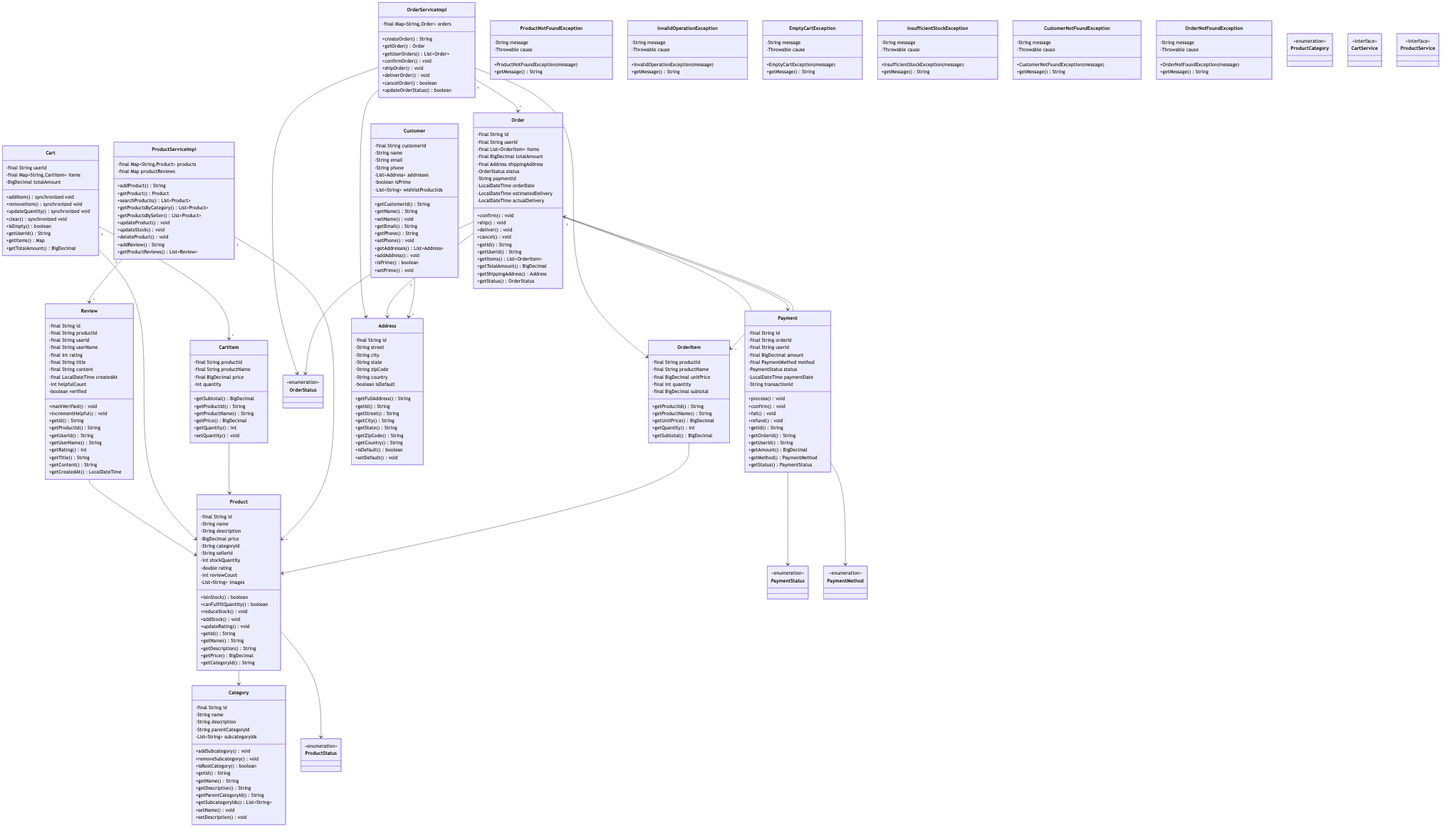
dlkr18/lld-playbook keeps this Mermaid diagram as docs/problems/amazon/diagrams/class-diagram.png. Above is the earlier version. Its source is kept beside it as docs/problems/amazon/diagrams/class-diagram.mmd.
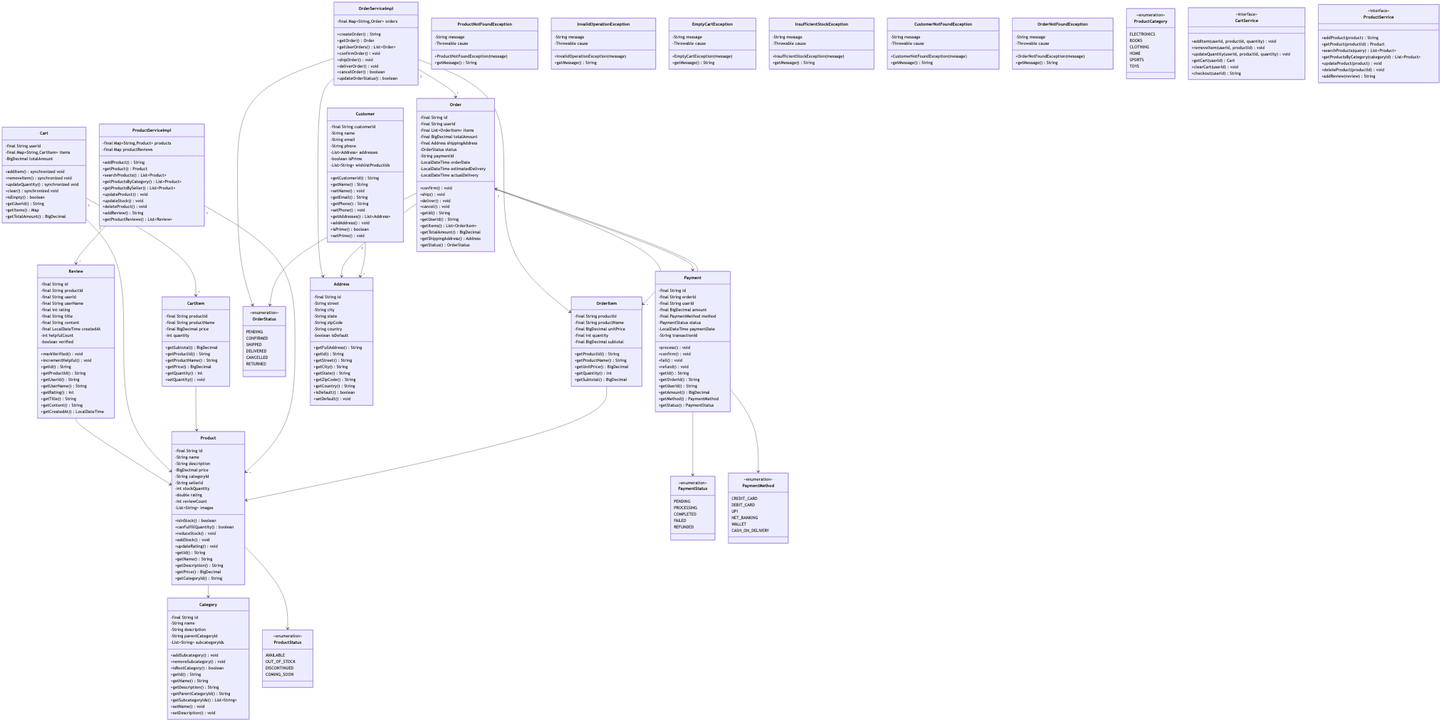
Later version of the same file.

Commit message:
fix: add content to 7 empty classes in Amazon diagram

What changed in the source:
```diff
@@ -171,8 +171,14 @@
         +setPrime() void
     }
 
-    class PaymentStatus
-    <<enumeration>> PaymentStatus
+    class PaymentStatus {
+        <<enumeration>>
+        PENDING
+        PROCESSING
+        COMPLETED
+        FAILED
+        REFUNDED
+    }
 
     class Payment {
         -final String id
@@ -195,8 +201,15 @@
         +getStatus() PaymentStatus
     }
 
-    class OrderStatus
-    <<enumeration>> OrderStatus
+    class OrderStatus {
+        <<enumeration>>
+        PENDING
+        CONFIRMED
+        SHIPPED
+        DELIVERED
+        CANCELLED
+        RETURNED
+    }
 
     class Category {
         -final String id
@@ -248,8 +261,15 @@
         +setDefault() void
     }
 
-    class PaymentMethod
-    <<enumeration>> PaymentMethod
+    class PaymentMethod {
+        <<enumeration>>
+        CREDIT_CARD
+        DEBIT_CARD
+        UPI
+        NET_BANKING
+        WALLET
+        CASH_ON_DELIVERY
+    }
 
     class Cart {
         -final String userId
@@ -265,17 +285,44 @@
         +getTotalAmount() BigDecimal
     }
 
-    class ProductStatus
-    <<enumeration>> ProductStatus
+    class ProductStatus {
+        <<enumeration>>
+        AVAILABLE
+        OUT_OF_STOCK
+        DISCONTINUED
+        COMING_SOON
+    }
 
-    class ProductCategory
-    <<enumeration>> ProductCategory
+    class ProductCategory {
+        <<enumeration>>
+        ELECTRONICS
+        BOOKS
+        CLOTHING
+        HOME
+        SPORTS
+        TOYS
+    }
 
-    class CartService
-    <<interface>> CartService
+    class CartService {
+        <<interface>>
+        +addItem(userId, productId, quantity) void
+        +removeItem(userId, productId) void
+        +updateQuantity(userId, productId, quantity) void
+        +getCart(userId) Cart
+        +clearCart(userId) void
+        +checkout(userId) String
+    }
 
-    class ProductService
-    <<interface>> ProductService
+    class ProductService {
+        <<interface>>
+        +addProduct(product) String
+        +getProduct(productId) Product
+        +searchProducts(query) List~Product~
+        +getProductsByCategory(categoryId) List~Product~
+        +updateProduct(product) void
+        +deleteProduct(productId) void
+        +addReview(review) String
+    }
 
     Review --> Product
     OrderServiceImpl "1" --> "*" Order
```
